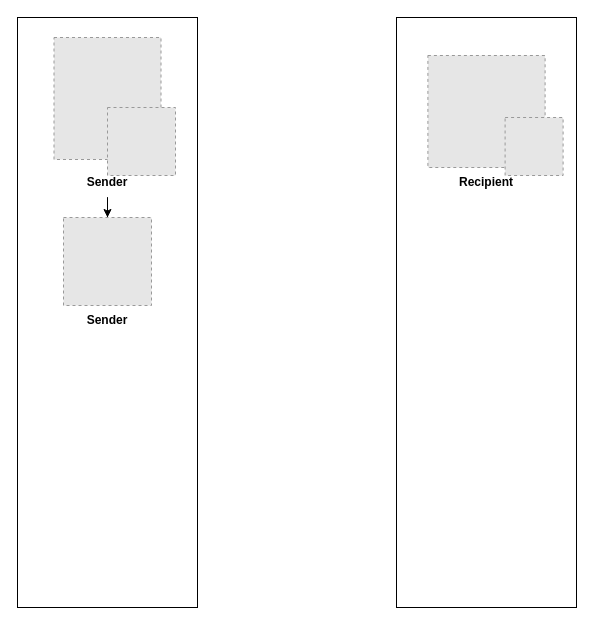
HaikalE/-JavaScript-Interactive-Photo-Gallery keeps this draw.io diagram as page "Page-2" (2 of 2) of Untitled Diagram Baru.drawio. Above is the earlier version. Source tidied: cells renumbered, new cells numbered last; positions are measured from the earlier drawing's top-left corner, leaving out a move shared by most shapes. Both pictures are drawn from the tidied source at 100%, with x=0, y=0 at pixel (17, 17). Pictures stored in the file or linked from it are replaced by grey dashed boxes.
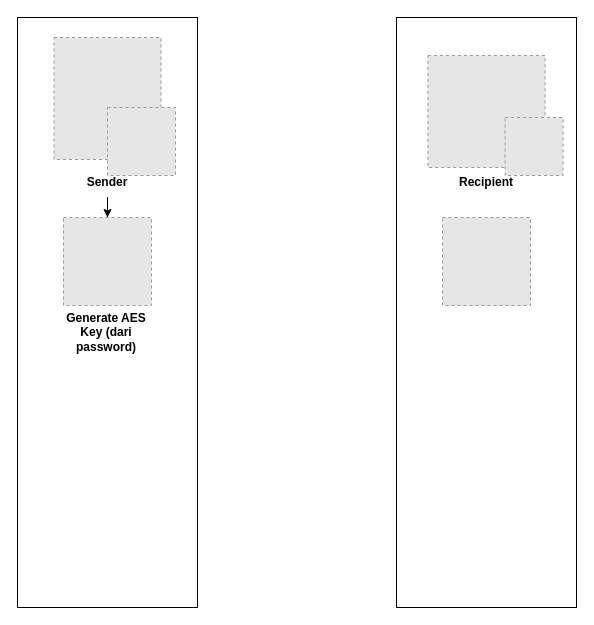
The same page after the edit.

What changed in the source:
```diff
@@
 <mxGraphModel>
   <root>
     <mxCell id="0" />
     <mxCell id="1" parent="0" />
     <mxCell id="2" style="rounded=0;whiteSpace=wrap;html=1;" parent="1" vertex="1">
       <mxGeometry width="180" height="590" as="geometry" />
     </mxCell>
     <mxCell id="3" style="fillColor=#E6E6E6;strokeColor=#999999;dashed=1;verticalLabelPosition=bottom;labelBackgroundColor=default;verticalAlign=top;" parent="1" vertex="1">
       <mxGeometry x="36.5" y="20" width="107" height="122" as="geometry" />
     </mxCell>
     <mxCell id="4" style="fillColor=#E6E6E6;strokeColor=#999999;dashed=1;verticalLabelPosition=bottom;labelBackgroundColor=default;verticalAlign=top;" parent="1" vertex="1">
       <mxGeometry x="90" y="90" width="68" height="68" as="geometry" />
     </mxCell>
     <mxCell id="5" style="edgeStyle=orthogonalEdgeStyle;rounded=0;jettySize=auto;html=1;exitX=0.5;exitY=1;exitDx=0;exitDy=0;" parent="1" edge="1" source="6" target="7">
       <mxGeometry relative="1" as="geometry" />
     </mxCell>
     <mxCell id="6" value="Sender" style="text;html=1;align=center;verticalAlign=middle;whiteSpace=wrap;rounded=0;fontStyle=1;" parent="1" vertex="1">
       <mxGeometry x="60" y="150" width="60" height="30" as="geometry" />
     </mxCell>
     <mxCell id="7" style="fillColor=#E6E6E6;strokeColor=#999999;dashed=1;verticalLabelPosition=bottom;labelBackgroundColor=default;verticalAlign=top;" parent="1" vertex="1">
       <mxGeometry x="46" y="200" width="88" height="88" as="geometry" />
     </mxCell>
-    <mxCell id="8" value="Sender" style="text;html=1;align=center;verticalAlign=middle;whiteSpace=wrap;rounded=0;fontStyle=1;" parent="1" vertex="1">
-      <mxGeometry x="60" y="288" width="60" height="30" as="geometry" />
+    <mxCell id="8" value="Generate AES Key (dari password)" style="text;html=1;align=center;verticalAlign=middle;whiteSpace=wrap;rounded=0;fontStyle=1;" parent="1" vertex="1">
+      <mxGeometry x="44" y="300" width="90" height="30" as="geometry" />
     </mxCell>
     <mxCell id="9" style="rounded=0;whiteSpace=wrap;html=1;" parent="1" vertex="1">
       <mxGeometry x="379" width="180" height="590" as="geometry" />
     </mxCell>
     <mxCell id="10" style="fillColor=#E6E6E6;strokeColor=#999999;dashed=1;verticalLabelPosition=bottom;labelBackgroundColor=default;verticalAlign=top;" parent="1" vertex="1">
       <mxGeometry x="410.4" y="38" width="117.2" height="112" as="geometry" />
     </mxCell>
     <mxCell id="11" style="fillColor=#E6E6E6;strokeColor=#999999;dashed=1;verticalLabelPosition=bottom;labelBackgroundColor=default;verticalAlign=top;" parent="1" vertex="1">
       <mxGeometry x="487.6" y="100" width="58" height="58" as="geometry" />
     </mxCell>
     <mxCell id="12" value="Recipient" style="text;html=1;align=center;verticalAlign=middle;whiteSpace=wrap;rounded=0;fontStyle=1;" parent="1" vertex="1">
       <mxGeometry x="439" y="150" width="60" height="30" as="geometry" />
     </mxCell>
+    <mxCell id="13" style="fillColor=#E6E6E6;strokeColor=#999999;dashed=1;verticalLabelPosition=bottom;labelBackgroundColor=default;verticalAlign=top;" parent="1" vertex="1">
+      <mxGeometry x="425" y="200" width="88" height="88" as="geometry" />
+    </mxCell>
   </root>
 </mxGraphModel>
```
